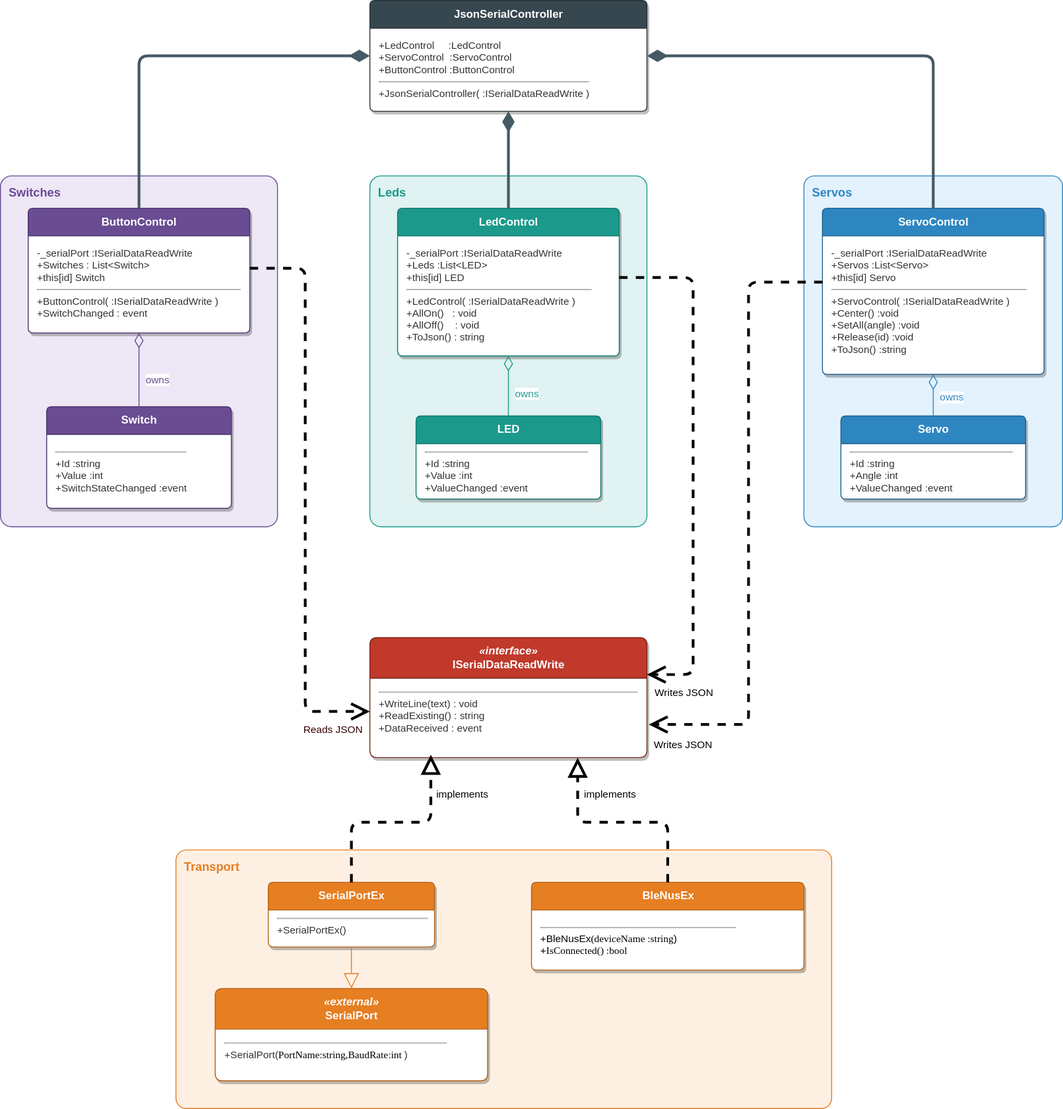
Above: SerialLedBtnLibEx/Images/ClassDiagram.svg in rlangoy/PB1151vSnippets (draw.io), before the change. Source tidied: cells renumbered, new cells last; positions are measured from the earlier drawing's top-left corner, leaving out a move shared by most shapes.
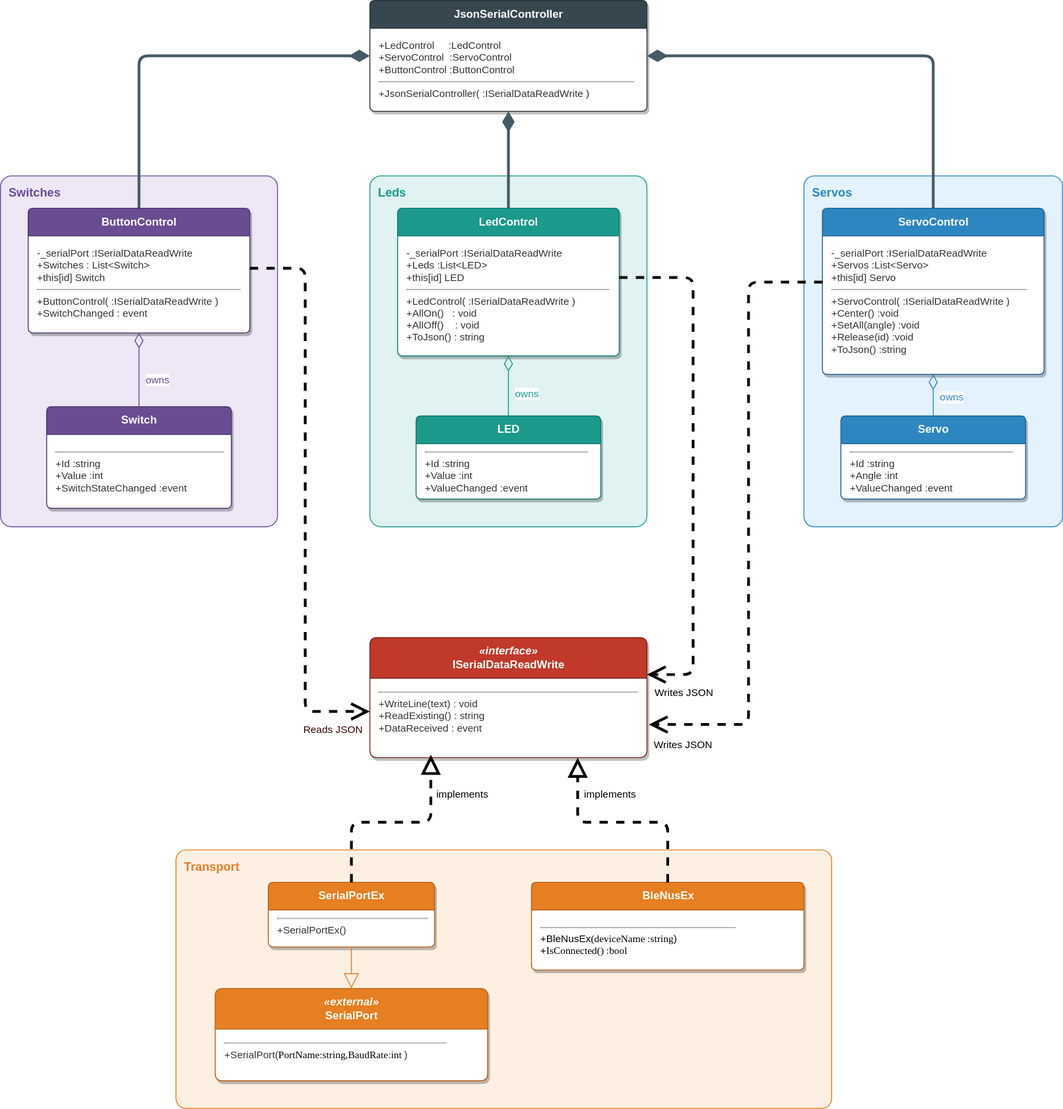
The same file after the commit.

What changed in the source:
```diff
@@ -17,7 +17,7 @@
     <mxCell id="6" value="JsonSerialController" style="swimlane;rounded=1;arcSize=6;html=1;startSize=30;fillColor=#37474F;strokeColor=#263238;fontColor=#ffffff;fontStyle=1;fontSize=12;align=center;verticalAlign=middle;swimlaneFillColor=#ffffff;shadow=1;" parent="1" vertex="1">
       <mxGeometry x="400" width="300" height="120" as="geometry" />
     </mxCell>
-    <mxCell id="7" value="+LedControl&amp;nbsp; &amp;nbsp; &amp;nbsp;:LedControl&lt;br&gt;+ServoControl&amp;nbsp; :ServoControl&lt;br&gt;+ButtonControl :ButtonControl&lt;hr size=&quot;&quot;&gt;+JsonSerialController( :ISerialDataReadWrite&amp;nbsp;)" style="text;html=1;whiteSpace=wrap;align=left;verticalAlign=top;spacingLeft=8;spacingTop=6;spacingRight=6;fillColor=none;strokeColor=none;fontColor=#333333;fontSize=11;overflow=hidden;" parent="6" vertex="1">
+    <mxCell id="7" value="+LedControl&amp;nbsp; &amp;nbsp; &amp;nbsp;:LedControl&lt;br&gt;+ServoControl&amp;nbsp; :ServoControl&lt;br&gt;+ButtonControl :ButtonControl&lt;hr size=&quot;&quot;&gt;+JsonSerialController( :ISerialDataReadWrite&amp;nbsp;)&amp;nbsp; &amp;nbsp; &amp;nbsp; &amp;nbsp; &amp;nbsp; &amp;nbsp; &amp;nbsp; &amp;nbsp;&amp;nbsp;" style="text;html=1;whiteSpace=wrap;align=left;verticalAlign=top;spacingLeft=8;spacingTop=6;spacingRight=6;fillColor=none;strokeColor=none;fontColor=#333333;fontSize=11;overflow=hidden;" parent="6" vertex="1">
       <mxGeometry y="30" width="300" height="90" as="geometry" />
     </mxCell>
     <mxCell id="8" value="ButtonControl" style="swimlane;rounded=1;arcSize=6;html=1;startSize=30;fillColor=#6A4C93;strokeColor=#4A356B;fontColor=#ffffff;fontStyle=1;fontSize=12;align=center;verticalAlign=middle;swimlaneFillColor=#ffffff;shadow=1;" parent="1" vertex="1">
@@ -29,13 +29,13 @@
     <mxCell id="10" value="Switch" style="swimlane;rounded=1;arcSize=6;html=1;startSize=30;fillColor=#6A4C93;strokeColor=#4A356B;fontColor=#ffffff;fontStyle=1;fontSize=12;align=center;verticalAlign=middle;swimlaneFillColor=#ffffff;shadow=1;" parent="1" vertex="1">
       <mxGeometry x="50" y="440" width="200" height="110" as="geometry" />
     </mxCell>
-    <mxCell id="11" value="&lt;hr&gt;+Id :string&lt;br&gt;+Value :int&lt;br&gt;+SwitchStateChanged :event" style="text;html=1;whiteSpace=wrap;align=left;verticalAlign=top;spacingLeft=8;spacingTop=6;spacingRight=6;fillColor=none;strokeColor=none;fontColor=#333333;fontSize=11;overflow=hidden;" parent="10" vertex="1">
+    <mxCell id="11" value="&lt;hr&gt;+Id :string&amp;nbsp; &amp;nbsp; &amp;nbsp; &amp;nbsp; &amp;nbsp; &amp;nbsp; &amp;nbsp; &amp;nbsp; &amp;nbsp; &amp;nbsp; &amp;nbsp; &amp;nbsp; &amp;nbsp; &amp;nbsp; &amp;nbsp; &amp;nbsp; &amp;nbsp; &amp;nbsp; &amp;nbsp; &amp;nbsp; &amp;nbsp; &amp;nbsp;&amp;nbsp;&lt;br&gt;+Value :int&lt;br&gt;+SwitchStateChanged :event" style="text;html=1;whiteSpace=wrap;align=left;verticalAlign=top;spacingLeft=8;spacingTop=6;spacingRight=6;fillColor=none;strokeColor=none;fontColor=#333333;fontSize=11;overflow=hidden;" parent="10" vertex="1">
       <mxGeometry y="30" width="200" height="80" as="geometry" />
     </mxCell>
     <mxCell id="12" value="LedControl" style="swimlane;rounded=1;arcSize=6;html=1;startSize=30;fillColor=#1B998B;strokeColor=#12766B;fontColor=#ffffff;fontStyle=1;fontSize=12;align=center;verticalAlign=middle;swimlaneFillColor=#ffffff;shadow=1;" parent="1" vertex="1">
       <mxGeometry x="430" y="225" width="240" height="160" as="geometry" />
     </mxCell>
-    <mxCell id="13" value="-_serialPort :ISerialDataReadWrite&lt;br&gt;+Leds :List&amp;lt;LED&amp;gt;&lt;br&gt;+this[id] LED&lt;hr size=&quot;&quot;&gt;+LedControl( :ISerialDataReadWrite )&amp;nbsp; &amp;nbsp; &amp;nbsp;&amp;nbsp;&lt;br&gt;+AllOn()&amp;nbsp; &amp;nbsp;: void&lt;br&gt;+AllOff()&amp;nbsp; &amp;nbsp; : void&lt;br&gt;+ToJson() : string" style="text;html=1;whiteSpace=wrap;align=left;verticalAlign=top;spacingLeft=8;spacingTop=6;spacingRight=6;fillColor=none;strokeColor=none;fontColor=#333333;fontSize=11;overflow=hidden;" parent="12" vertex="1">
+    <mxCell id="13" value="-_serialPort :ISerialDataReadWrite&lt;br&gt;+Leds :List&amp;lt;LED&amp;gt;&lt;br&gt;+this[id] LED&lt;hr size=&quot;&quot;&gt;+LedControl( :ISerialDataReadWrite )&amp;nbsp; &amp;nbsp; &amp;nbsp; &amp;nbsp; &amp;nbsp; &amp;nbsp;&amp;nbsp;&lt;br&gt;+AllOn()&amp;nbsp; &amp;nbsp;: void&lt;br&gt;+AllOff()&amp;nbsp; &amp;nbsp; : void&lt;br&gt;+ToJson() : string" style="text;html=1;whiteSpace=wrap;align=left;verticalAlign=top;spacingLeft=8;spacingTop=6;spacingRight=6;fillColor=none;strokeColor=none;fontColor=#333333;fontSize=11;overflow=hidden;" parent="12" vertex="1">
       <mxGeometry y="30" width="240" height="130" as="geometry" />
     </mxCell>
     <mxCell id="14" value="LED" style="swimlane;rounded=1;arcSize=6;html=1;startSize=30;fillColor=#1B998B;strokeColor=#12766B;fontColor=#ffffff;fontStyle=1;fontSize=12;align=center;verticalAlign=middle;swimlaneFillColor=#ffffff;shadow=1;" parent="1" vertex="1">
```
